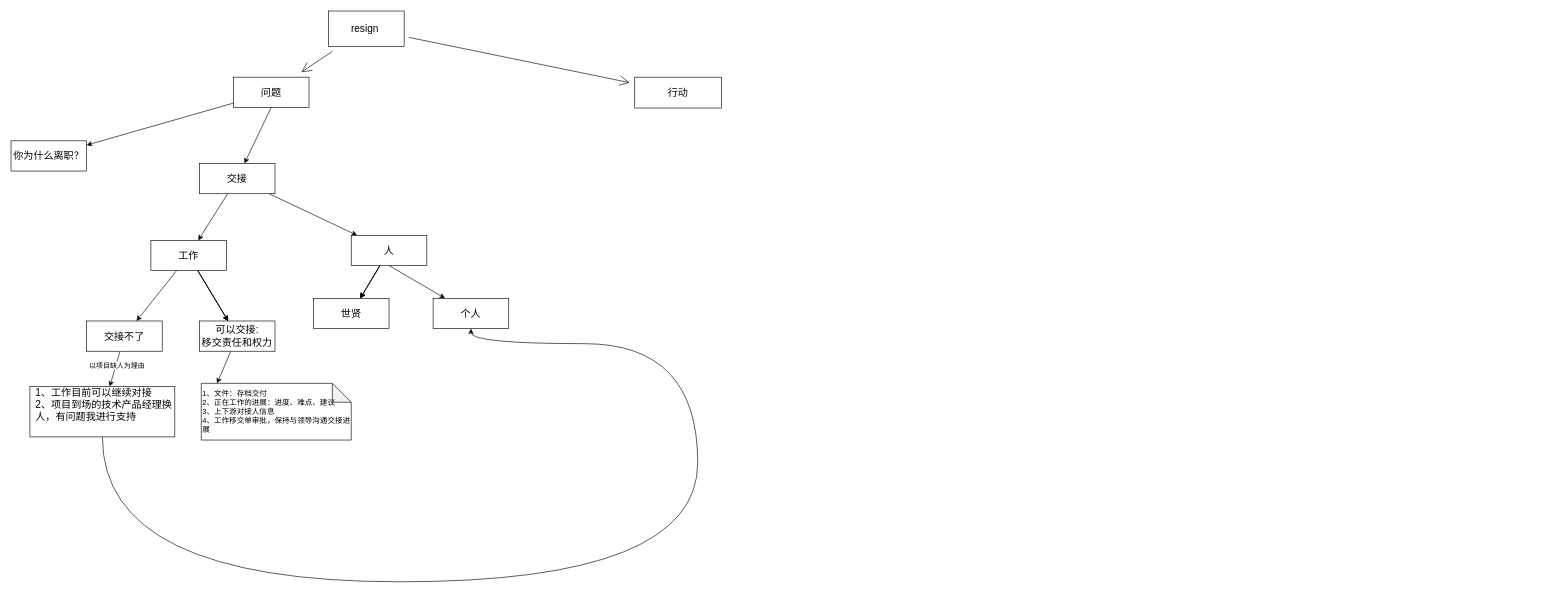
The draw.io diagram 我是测试的.drawio in cyrious-007/logseq_1, before the edit. Source tidied: cells renumbered, new cells numbered last; positions are measured from the earlier drawing's top-left corner, leaving out a move shared by most shapes. Both pictures are drawn from the tidied source at 63%, with x=0, y=0 at pixel (11, 11).
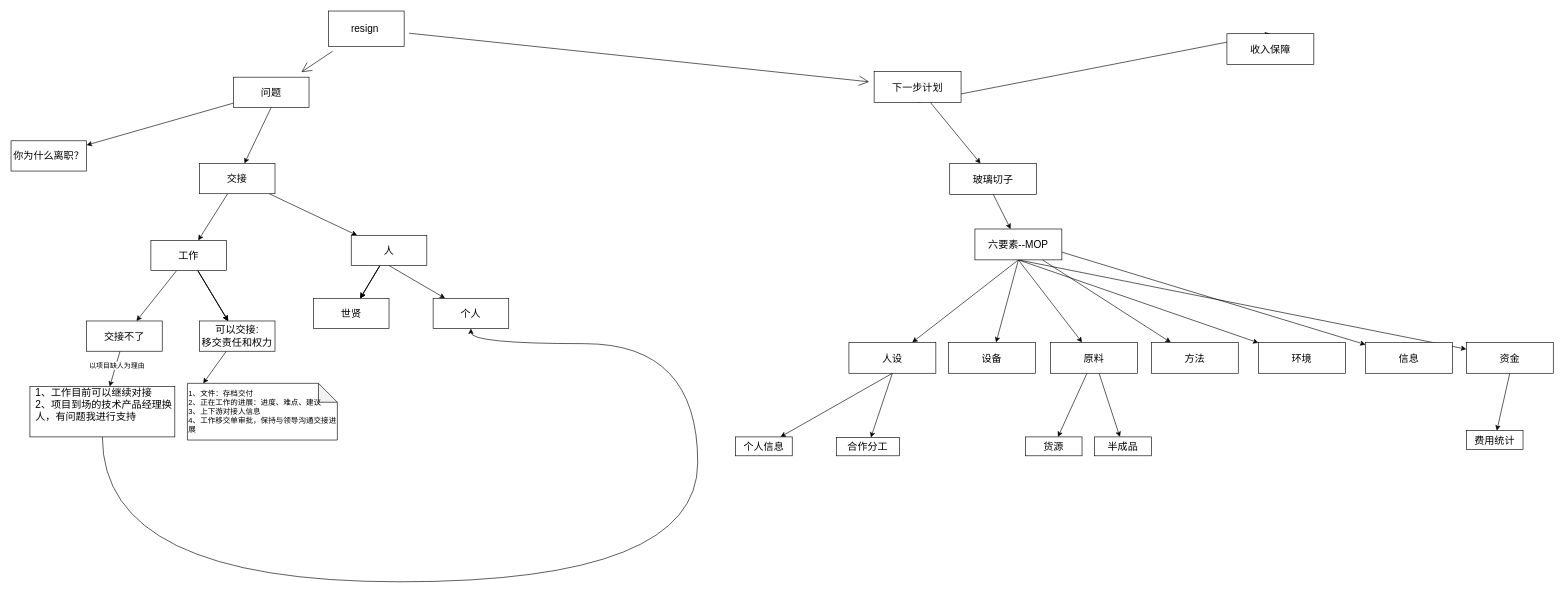
After the change.

Commit message:
更新我是测试的.drawio

Diff of the diagram source:
```diff
@@
+    <mxCell id="33" style="rounded=0;jettySize=auto;html=1;" parent="1" edge="1" source="8" target="36">
+      <mxGeometry relative="1" as="geometry" />
+    </mxCell>
+    <mxCell id="34" style="rounded=0;jettySize=auto;html=1;exitX=0.5;exitY=1;exitDx=0;exitDy=0;entryX=0.5;entryY=0;entryDx=0;entryDy=0;" parent="1" edge="1" source="8" target="37">
+      <mxGeometry relative="1" as="geometry" />
+    </mxCell>
-    <mxCell id="8" value="行动" style="whiteSpace=wrap;html=1;fontSize=16;" parent="1" vertex="1">
-      <mxGeometry x="990" y="105" width="138" height="49" as="geometry" />
+    <mxCell id="8" value="下一步计划" style="whiteSpace=wrap;html=1;fontSize=16;" parent="1" vertex="1">
+      <mxGeometry x="1370" y="96" width="138" height="49" as="geometry" />
     </mxCell>
@@
     <mxCell id="28" value="1、文件：存档交付&lt;br&gt;2、正在工作的进展：进度、难点、建议&lt;br&gt;3、上下游对接人信息&lt;br&gt;4、工作移交单审批，保持与领导沟通交接进展" style="shape=note;whiteSpace=wrap;html=1;backgroundOutline=1;darkOpacity=0.05;align=left;" parent="1" vertex="1">
-      <mxGeometry x="302" y="591" width="238" height="90" as="geometry" />
+      <mxGeometry x="280" y="591" width="238" height="90" as="geometry" />
     </mxCell>
@@
+    <mxCell id="35" style="edgeStyle=none;rounded=0;jettySize=auto;html=1;exitX=0.5;exitY=1;exitDx=0;exitDy=0;" parent="1" edge="1" source="36" target="45">
+      <mxGeometry relative="1" as="geometry" />
+    </mxCell>
+    <mxCell id="36" value="玻璃切子" style="whiteSpace=wrap;html=1;fontSize=16;" parent="1" vertex="1">
+      <mxGeometry x="1490" y="242" width="138" height="49" as="geometry" />
+    </mxCell>
+    <mxCell id="37" value="收入保障" style="whiteSpace=wrap;html=1;fontSize=16;" parent="1" vertex="1">
+      <mxGeometry x="1930" y="36" width="138" height="49" as="geometry" />
+    </mxCell>
+    <mxCell id="38" style="edgeStyle=none;rounded=0;jettySize=auto;html=1;exitX=0.5;exitY=1;exitDx=0;exitDy=0;fontSize=20;" parent="1" edge="1" source="45" target="48">
+      <mxGeometry relative="1" as="geometry" />
+    </mxCell>
+    <mxCell id="39" style="edgeStyle=none;rounded=0;jettySize=auto;html=1;exitX=0.5;exitY=1;exitDx=0;exitDy=0;fontSize=20;" parent="1" edge="1" source="45" target="49">
+      <mxGeometry relative="1" as="geometry" />
+    </mxCell>
+    <mxCell id="40" style="edgeStyle=none;rounded=0;jettySize=auto;html=1;exitX=0.5;exitY=1;exitDx=0;exitDy=0;fontSize=20;" parent="1" edge="1" source="45" target="52">
+      <mxGeometry relative="1" as="geometry" />
+    </mxCell>
+    <mxCell id="41" style="edgeStyle=none;rounded=0;jettySize=auto;html=1;fontSize=20;" parent="1" edge="1" source="45" target="53">
+      <mxGeometry relative="1" as="geometry" />
+    </mxCell>
+    <mxCell id="42" style="edgeStyle=none;rounded=0;jettySize=auto;html=1;exitX=0.5;exitY=1;exitDx=0;exitDy=0;fontSize=20;" parent="1" edge="1" source="45" target="54">
+      <mxGeometry relative="1" as="geometry" />
+    </mxCell>
+    <mxCell id="43" style="edgeStyle=none;rounded=0;jettySize=auto;html=1;exitX=1;exitY=0.75;exitDx=0;exitDy=0;fontSize=20;" parent="1" edge="1" source="45" target="55">
+      <mxGeometry relative="1" as="geometry" />
+    </mxCell>
+    <mxCell id="44" style="edgeStyle=none;rounded=0;jettySize=auto;html=1;exitX=0.5;exitY=1;exitDx=0;exitDy=0;fontSize=20;" parent="1" edge="1" source="45" target="57">
+      <mxGeometry relative="1" as="geometry" />
+    </mxCell>
+    <mxCell id="45" value="六要素--MOP" style="whiteSpace=wrap;html=1;fontSize=16;" parent="1" vertex="1">
+      <mxGeometry x="1530" y="346" width="138" height="49" as="geometry" />
+    </mxCell>
+    <mxCell id="46" style="edgeStyle=none;rounded=0;jettySize=auto;html=1;exitX=0.5;exitY=1;exitDx=0;exitDy=0;fontSize=20;" parent="1" edge="1" source="48" target="58">
+      <mxGeometry relative="1" as="geometry" />
+    </mxCell>
+    <mxCell id="47" style="edgeStyle=none;rounded=0;jettySize=auto;html=1;exitX=0.5;exitY=1;exitDx=0;exitDy=0;fontSize=20;" parent="1" edge="1" source="48" target="59">
+      <mxGeometry relative="1" as="geometry" />
+    </mxCell>
+    <mxCell id="48" value="人设" style="whiteSpace=wrap;html=1;fontSize=16;" parent="1" vertex="1">
+      <mxGeometry x="1330" y="526" width="138" height="49" as="geometry" />
+    </mxCell>
+    <mxCell id="49" value="设备" style="whiteSpace=wrap;html=1;fontSize=16;" parent="1" vertex="1">
+      <mxGeometry x="1488" y="526" width="138" height="49" as="geometry" />
+    </mxCell>
+    <mxCell id="50" style="edgeStyle=none;rounded=0;jettySize=auto;html=1;fontSize=20;" parent="1" edge="1" source="52" target="60">
+      <mxGeometry relative="1" as="geometry" />
+    </mxCell>
+    <mxCell id="51" style="edgeStyle=none;rounded=0;jettySize=auto;html=1;fontSize=20;" parent="1" edge="1" source="52" target="61">
+      <mxGeometry relative="1" as="geometry" />
+    </mxCell>
+    <mxCell id="52" value="原料" style="whiteSpace=wrap;html=1;fontSize=16;" parent="1" vertex="1">
+      <mxGeometry x="1650" y="526" width="138" height="49" as="geometry" />
+    </mxCell>
+    <mxCell id="53" value="方法" style="whiteSpace=wrap;html=1;fontSize=16;" parent="1" vertex="1">
+      <mxGeometry x="1810" y="526" width="138" height="49" as="geometry" />
+    </mxCell>
+    <mxCell id="54" value="环境" style="whiteSpace=wrap;html=1;fontSize=16;" parent="1" vertex="1">
+      <mxGeometry x="1980" y="526" width="138" height="49" as="geometry" />
+    </mxCell>
+    <mxCell id="55" value="信息" style="whiteSpace=wrap;html=1;fontSize=16;" parent="1" vertex="1">
+      <mxGeometry x="2150" y="526" width="138" height="49" as="geometry" />
+    </mxCell>
+    <mxCell id="56" style="edgeStyle=none;rounded=0;jettySize=auto;html=1;exitX=0.5;exitY=1;exitDx=0;exitDy=0;fontSize=20;" parent="1" edge="1" source="57" target="62">
+      <mxGeometry relative="1" as="geometry" />
+    </mxCell>
+    <mxCell id="57" value="资金" style="whiteSpace=wrap;html=1;fontSize=16;" parent="1" vertex="1">
+      <mxGeometry x="2310" y="526" width="138" height="49" as="geometry" />
+    </mxCell>
+    <mxCell id="58" value="个人信息" style="whiteSpace=wrap;html=1;fontSize=16;" parent="1" vertex="1">
+      <mxGeometry x="1150" y="676" width="90" height="30" as="geometry" />
+    </mxCell>
+    <mxCell id="59" value="合作分工" style="whiteSpace=wrap;html=1;fontSize=16;" parent="1" vertex="1">
+      <mxGeometry x="1310" y="677" width="100" height="29" as="geometry" />
+    </mxCell>
+    <mxCell id="60" value="货源" style="whiteSpace=wrap;html=1;fontSize=16;" parent="1" vertex="1">
+      <mxGeometry x="1610" y="676" width="90" height="30" as="geometry" />
+    </mxCell>
+    <mxCell id="61" value="半成品" style="whiteSpace=wrap;html=1;fontSize=16;" parent="1" vertex="1">
+      <mxGeometry x="1720" y="676" width="90" height="30" as="geometry" />
+    </mxCell>
+    <mxCell id="62" value="费用统计" style="whiteSpace=wrap;html=1;fontSize=16;" parent="1" vertex="1">
+      <mxGeometry x="2310" y="666" width="90" height="30" as="geometry" />
+    </mxCell>
```
